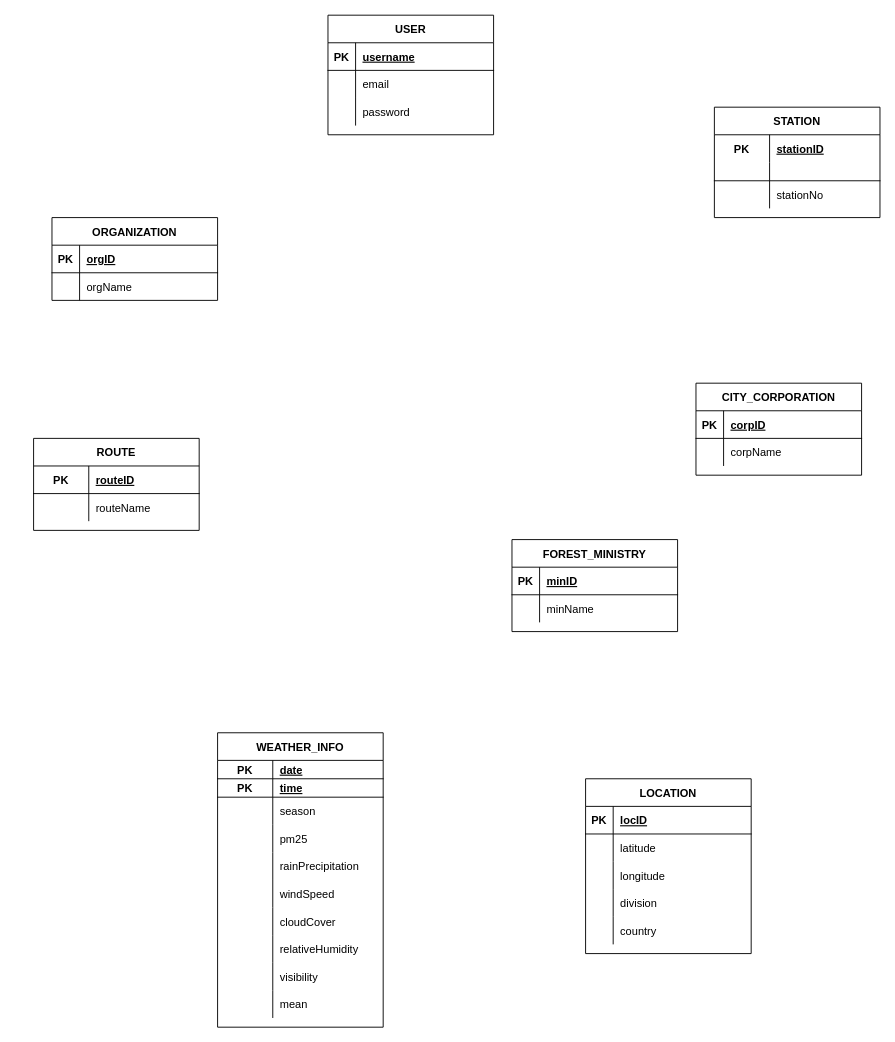
Earlier version of the draw.io diagram page "Copy of Page-1" (2 of 2) of z-design/EERD.drawio (zorojuro75/CSE303-sec-03-Group-03). Source tidied: cells renumbered, new cells numbered last; positions are measured from the earlier drawing's top-left corner, leaving out a move shared by most shapes. Both pictures are drawn from the tidied source at 92%, with x=0, y=0 at pixel (33, 15).
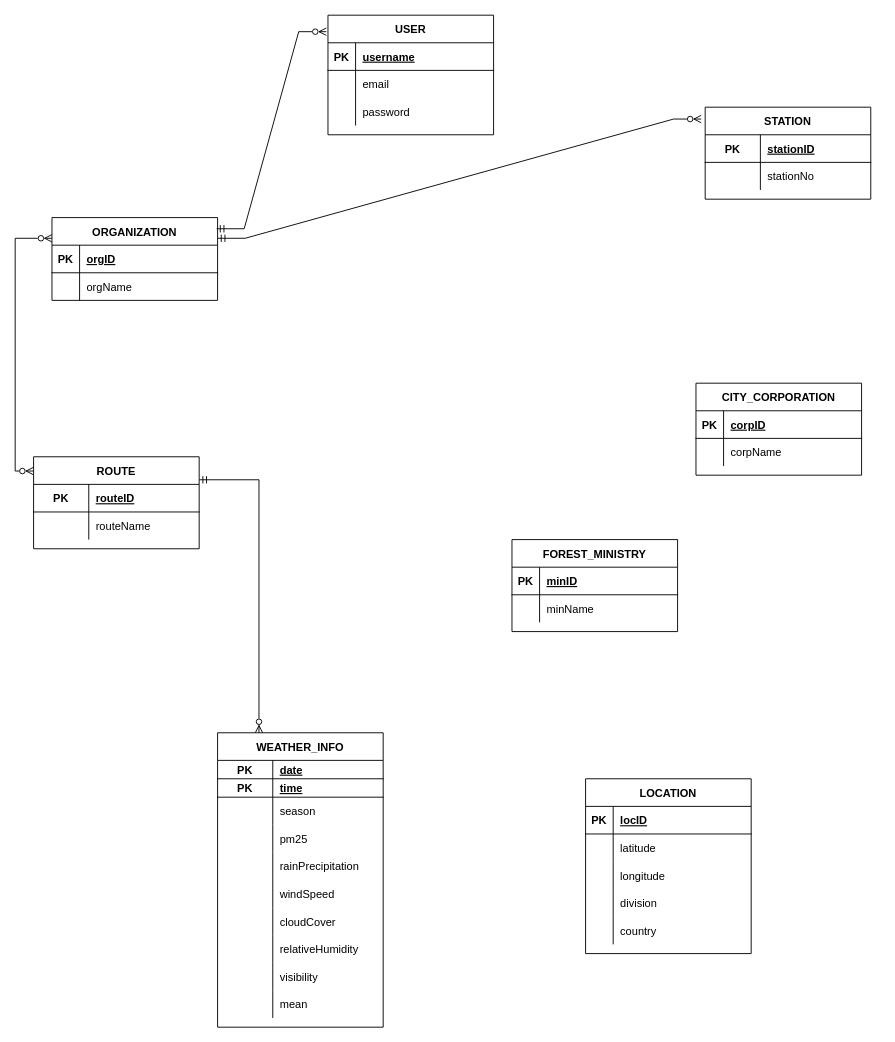
Above is the later version.

The change refers to these unchanged cells:
```xml
<mxCell id="2" value="USER" style="shape=table;startSize=30;childLayout=tableLayout;rowLines=0;fontStyle=1;align=center;" parent="1" vertex="1">
  <mxGeometry x="320" width="180" height="130" as="geometry" />
</mxCell>
<mxCell id="12" value="ORGANIZATION" style="shape=table;startSize=30;childLayout=tableLayout;rowLines=0;fontStyle=1;align=center;" parent="1" vertex="1">
  <mxGeometry x="20" y="220" width="180" height="90" as="geometry" />
</mxCell>
<mxCell id="50" value="WEATHER_INFO" style="shape=table;startSize=30;childLayout=tableLayout;rowLines=0;fontStyle=1;align=center;" parent="1" vertex="1">
  <mxGeometry x="200" y="780" width="180" height="320" as="geometry" />
</mxCell>
```

Change to the diagram source:
```diff
@@
+    <mxCell id="97" style="edgeStyle=orthogonalEdgeStyle;rounded=0;jettySize=auto;html=1;exitX=0;exitY=0.25;exitDx=0;exitDy=0;entryX=-0.001;entryY=0.155;entryDx=0;entryDy=0;entryPerimeter=0;startArrow=ERzeroToMany;startFill=0;endArrow=ERzeroToMany;endFill=0;" parent="1" edge="1" source="12" target="26">
+      <mxGeometry relative="1" as="geometry" />
+    </mxCell>
@@
+    <mxCell id="98" style="edgeStyle=orthogonalEdgeStyle;rounded=0;jettySize=auto;html=1;exitX=1;exitY=0.25;exitDx=0;exitDy=0;entryX=0.25;entryY=0;entryDx=0;entryDy=0;startArrow=ERmandOne;startFill=0;endArrow=ERzeroToMany;endFill=0;" parent="1" edge="1" source="26" target="50">
+      <mxGeometry relative="1" as="geometry" />
+    </mxCell>
     <mxCell id="26" value="ROUTE" style="shape=table;startSize=30;childLayout=tableLayout;rowLines=0;fontStyle=1;align=center;" parent="1" vertex="1">
-      <mxGeometry y="460" width="180" height="100" as="geometry" />
+      <mxGeometry y="480" width="180" height="100" as="geometry" />
     </mxCell>
@@
     <mxCell id="33" value="STATION" style="shape=table;startSize=30;childLayout=tableLayout;rowLines=0;fontStyle=1;align=center;" parent="1" vertex="1">
-      <mxGeometry x="740" y="100" width="180" height="120" as="geometry" />
+      <mxGeometry x="730" y="100" width="180" height="100" as="geometry" />
     </mxCell>
-    <mxCell id="34" style="shape=tableRow;horizontal=0;startSize=0;swimlaneHead=0;swimlaneBody=0;fillColor=none;top=0;left=0;right=0;bottom=0;" parent="33" vertex="1">
-      <mxGeometry y="30" width="180" height="30" as="geometry" />
-    </mxCell>
-    <mxCell id="35" value="PK" style="shape=partialRectangle;fillColor=none;top=0;left=0;bottom=0;right=0;fontStyle=1;overflow=hidden;" parent="34" vertex="1">
-      <mxGeometry width="60" height="30" as="geometry" />
-    </mxCell>
-    <mxCell id="36" value="stationID" style="shape=partialRectangle;fillColor=none;top=0;left=0;bottom=0;right=0;align=left;spacingLeft=6;fontStyle=5;overflow=hidden;" parent="34" vertex="1">
-      <mxGeometry x="60" width="120" height="30" as="geometry" />
-    </mxCell>
     <mxCell id="37" style="shape=tableRow;horizontal=0;startSize=0;swimlaneHead=0;swimlaneBody=0;fillColor=none;top=0;left=0;right=0;bottom=1;" parent="33" vertex="1">
-      <mxGeometry y="60" width="180" height="20" as="geometry" />
+      <mxGeometry y="30" width="180" height="30" as="geometry" />
     </mxCell>
-    <mxCell id="38" style="shape=partialRectangle;fillColor=none;top=0;left=0;bottom=0;right=0;fontStyle=1;overflow=hidden;" parent="37" vertex="1">
-      <mxGeometry width="60" height="20" as="geometry" />
+    <mxCell id="38" value="PK" style="shape=partialRectangle;fillColor=none;top=0;left=0;bottom=0;right=0;fontStyle=1;overflow=hidden;" parent="37" vertex="1">
+      <mxGeometry width="60" height="30" as="geometry" />
     </mxCell>
-    <mxCell id="39" style="shape=partialRectangle;fillColor=none;top=0;left=0;bottom=0;right=0;align=left;spacingLeft=6;fontStyle=5;overflow=hidden;" parent="37" vertex="1">
-      <mxGeometry x="60" width="120" height="20" as="geometry" />
+    <mxCell id="39" value="stationID" style="shape=partialRectangle;fillColor=none;top=0;left=0;bottom=0;right=0;align=left;spacingLeft=6;fontStyle=5;overflow=hidden;" parent="37" vertex="1">
+      <mxGeometry x="60" width="120" height="30" as="geometry" />
     </mxCell>
     <mxCell id="40" style="shape=tableRow;horizontal=0;startSize=0;swimlaneHead=0;swimlaneBody=0;fillColor=none;top=0;left=0;right=0;bottom=0;" parent="33" vertex="1">
-      <mxGeometry y="80" width="180" height="30" as="geometry" />
+      <mxGeometry y="60" width="180" height="30" as="geometry" />
     </mxCell>
@@
+    <mxCell id="99" style="edgeStyle=entityRelationEdgeStyle;fontSize=12;html=1;endArrow=ERzeroToMany;rounded=0;entryX=-0.01;entryY=0.138;entryDx=0;entryDy=0;entryPerimeter=0;exitX=0.994;exitY=0.135;exitDx=0;exitDy=0;exitPerimeter=0;endFill=0;startArrow=ERmandOne;startFill=0;" parent="1" edge="1" source="12" target="2">
+      <mxGeometry relative="1" as="geometry" />
+    </mxCell>
+    <mxCell id="100" style="edgeStyle=entityRelationEdgeStyle;fontSize=12;html=1;endArrow=ERzeroToMany;rounded=0;exitX=1;exitY=0.25;exitDx=0;exitDy=0;endFill=0;entryX=-0.024;entryY=0.129;entryDx=0;entryDy=0;entryPerimeter=0;startArrow=ERmandOne;startFill=0;" parent="1" edge="1" source="12" target="33">
+      <mxGeometry relative="1" as="geometry" />
+    </mxCell>
```
